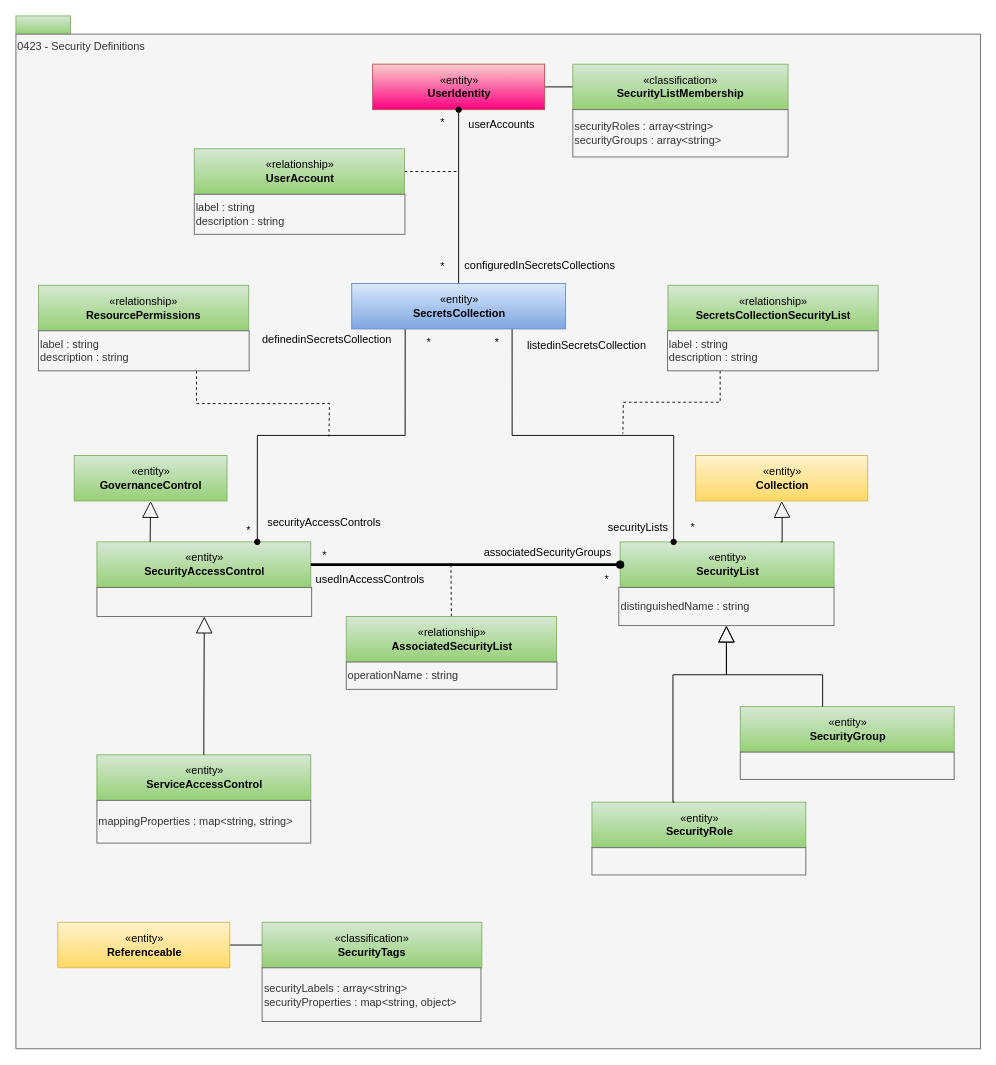
Before: page "0423-Security-Definitions" (8 of 30) of site/docs/types/4/area-4-governance.drawio in odpi/egeria-docs, a draw.io diagram. Source tidied: cells renumbered, new cells numbered last; positions are measured from the earlier drawing's top-left corner, leaving out a move shared by most shapes. Both pictures are drawn from the tidied source at 91%, with x=0, y=0 at pixel (15, 15).
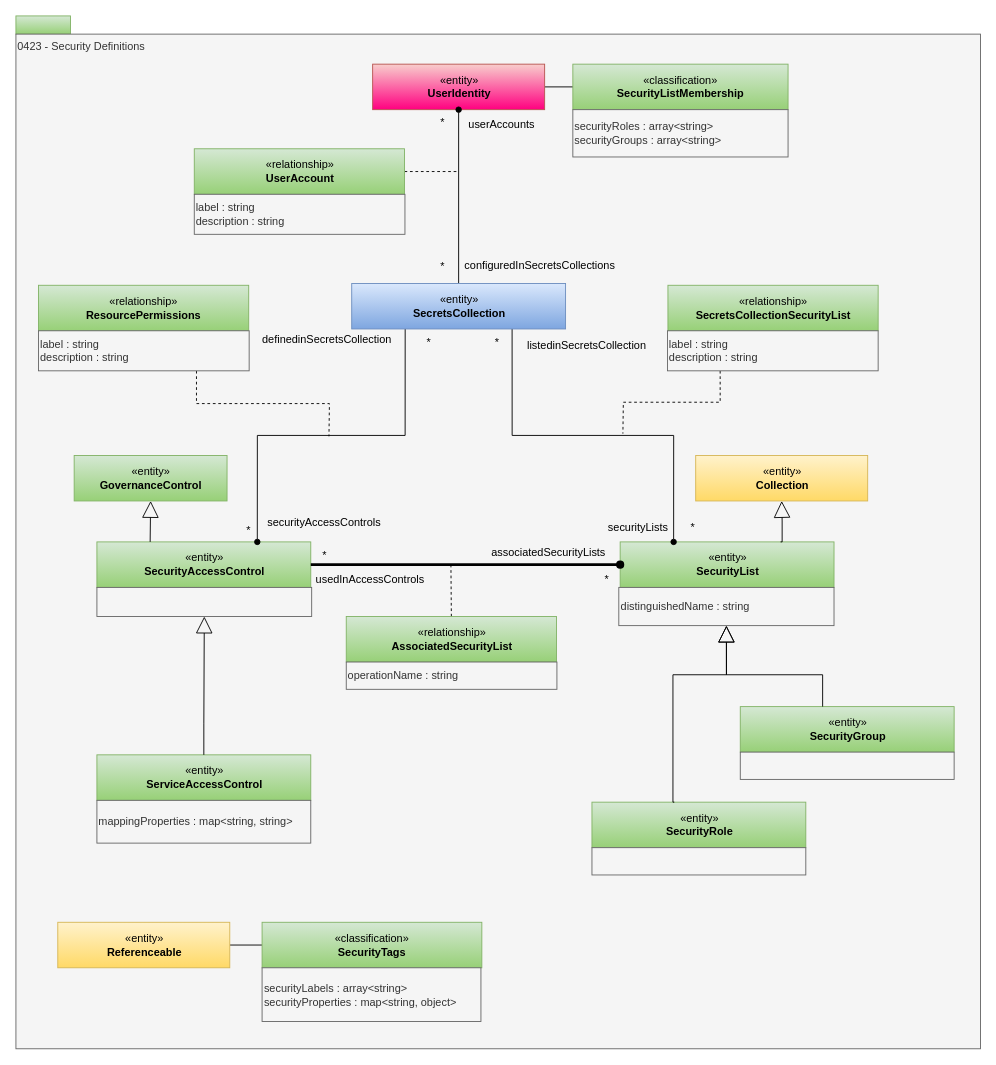
After the change.

Change to the diagram source:
```diff
@@
-    <mxCell id="17" value="associatedSecurityGroups" style="text;html=1;align=center;verticalAlign=middle;strokeColor=none;fillColor=none;" parent="1" vertex="1">
-      <mxGeometry x="504" y="575" width="160" height="30" as="geometry" />
+    <mxCell id="17" value="associatedSecurityLists" style="text;html=1;align=center;verticalAlign=middle;strokeColor=none;fillColor=none;" parent="1" vertex="1">
+      <mxGeometry x="513" y="577" width="143" height="26" as="geometry" />
     </mxCell>
```
